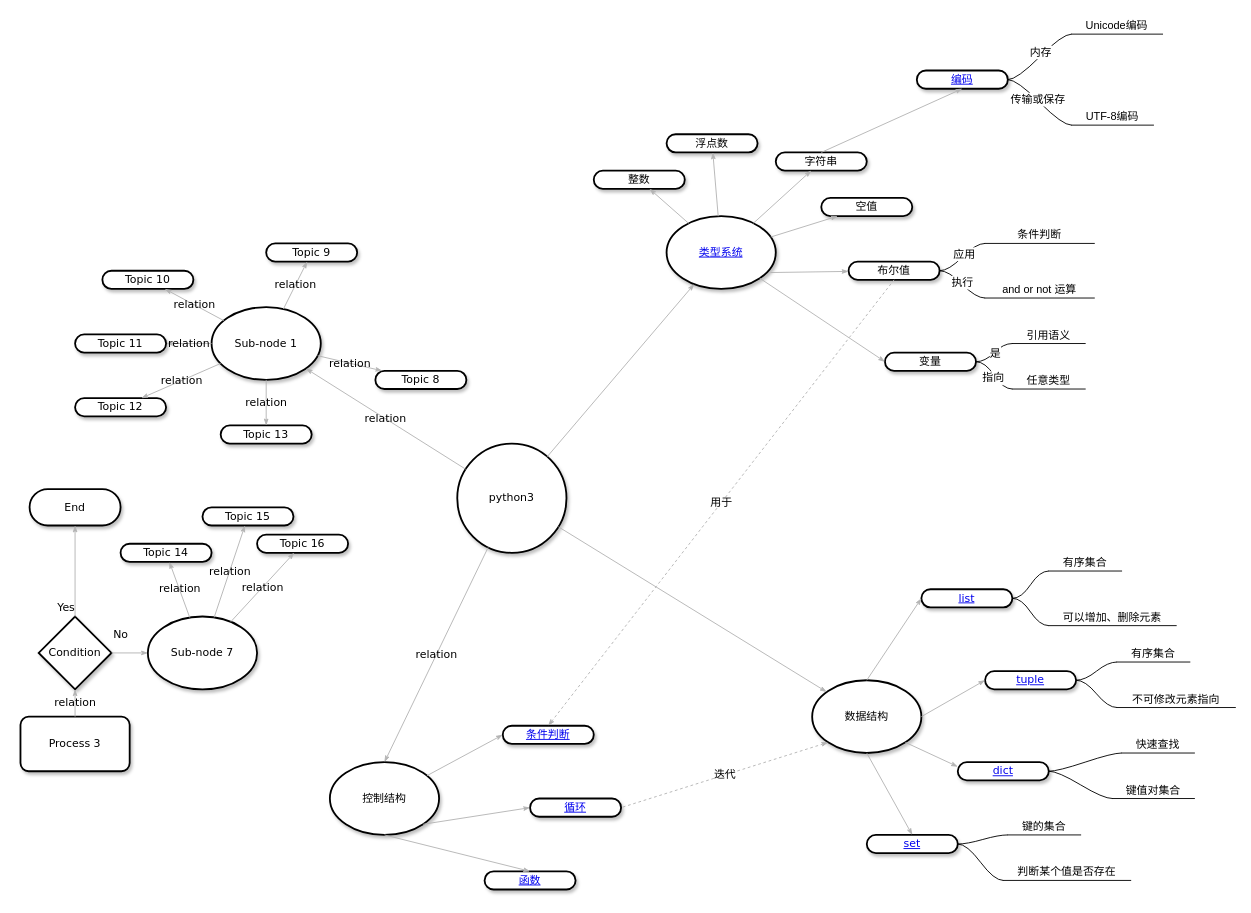
The draw.io diagram Untitled Diagram.drawio in tesla1995/draw, before the edit. Source tidied: cells renumbered, new cells numbered last; positions are measured from the earlier drawing's top-left corner, leaving out a move shared by most shapes. Both pictures are drawn from the tidied source at 91%, with x=0, y=0 at pixel (20, 15).
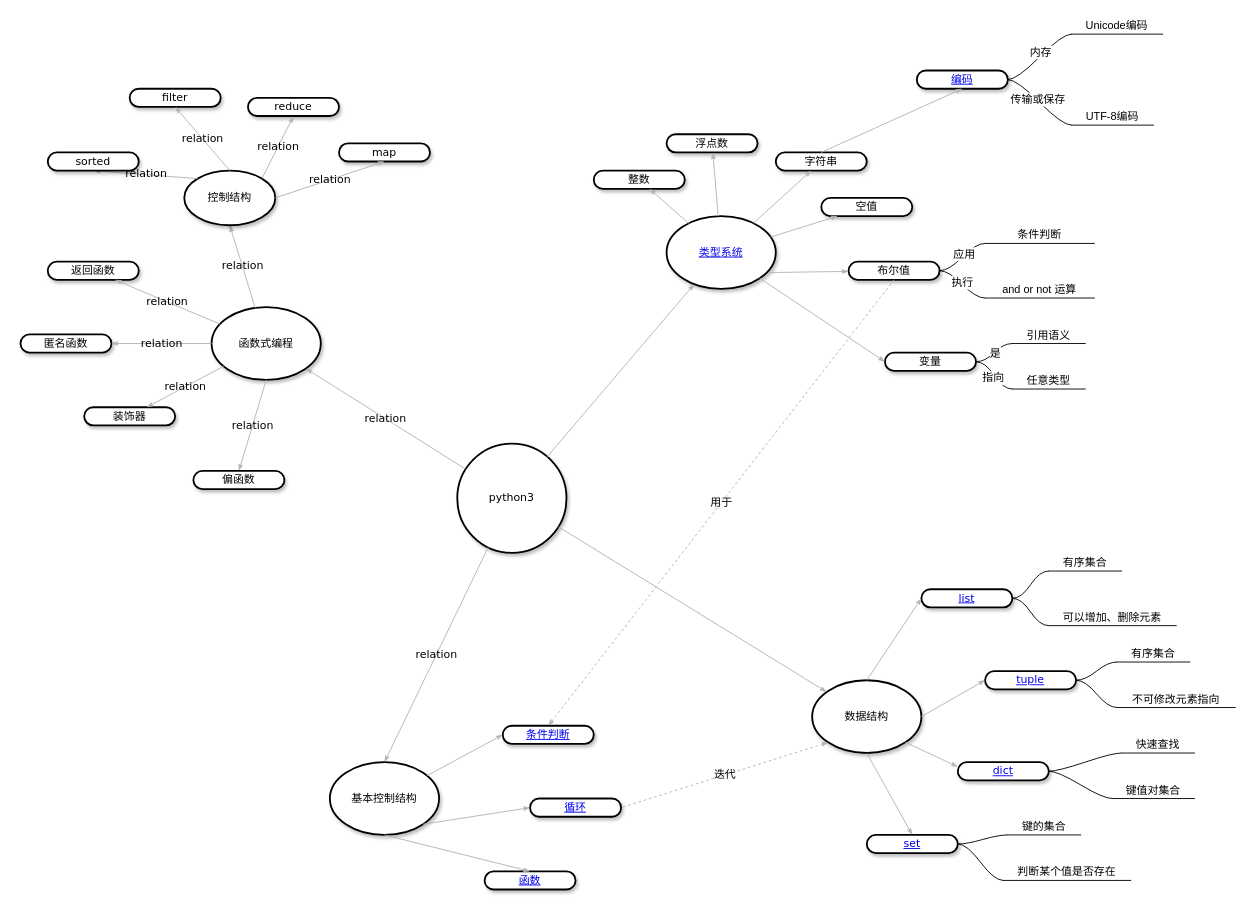
The same diagram, later.

Commit message:
update python.drawio by adding functional programming

Diff of the diagram source:
```diff
@@
-    <mxCell id="2" value="&lt;span&gt;Topic 10&lt;/span&gt;" style="whiteSpace=wrap;html=1;rounded=1;shadow=1;comic=0;labelBackgroundColor=none;strokeWidth=2;fontFamily=Verdana;fontSize=12;align=center;arcSize=50;" parent="1" vertex="1">
-      <mxGeometry x="90" y="280" width="100" height="20" as="geometry" />
-    </mxCell>
-    <mxCell id="3" value="Sub-node 1" style="ellipse;whiteSpace=wrap;html=1;rounded=1;shadow=1;comic=0;labelBackgroundColor=none;strokeWidth=2;fontFamily=Verdana;fontSize=12;align=center;" parent="1" vertex="1">
+    <mxCell id="3" value="函数式编程" style="ellipse;whiteSpace=wrap;html=1;rounded=1;shadow=1;comic=0;labelBackgroundColor=none;strokeWidth=2;fontFamily=Verdana;fontSize=12;align=center;" parent="1" vertex="1">
       <mxGeometry x="210" y="320" width="120" height="80" as="geometry" />
     </mxCell>
@@
-    <mxCell id="7" value="&lt;span&gt;控制结构&lt;/span&gt;" style="ellipse;whiteSpace=wrap;html=1;rounded=1;shadow=1;comic=0;labelBackgroundColor=none;strokeWidth=2;fontFamily=Verdana;fontSize=12;align=center;" parent="1" vertex="1">
+    <mxCell id="7" value="&lt;span&gt;基本控制结构&lt;/span&gt;" style="ellipse;whiteSpace=wrap;html=1;rounded=1;shadow=1;comic=0;labelBackgroundColor=none;strokeWidth=2;fontFamily=Verdana;fontSize=12;align=center;" parent="1" vertex="1">
       <mxGeometry x="340" y="820" width="120" height="80" as="geometry" />
     </mxCell>
-    <mxCell id="8" value="&lt;span&gt;Topic 11&lt;/span&gt;" style="whiteSpace=wrap;html=1;rounded=1;shadow=1;comic=0;labelBackgroundColor=none;strokeWidth=2;fontFamily=Verdana;fontSize=12;align=center;arcSize=50;" parent="1" vertex="1">
-      <mxGeometry x="60" y="350" width="100" height="20" as="geometry" />
+    <mxCell id="8" value="返回函数" style="whiteSpace=wrap;html=1;rounded=1;shadow=1;comic=0;labelBackgroundColor=none;strokeWidth=2;fontFamily=Verdana;fontSize=12;align=center;arcSize=50;" parent="1" vertex="1">
+      <mxGeometry x="30" y="270" width="100" height="20" as="geometry" />
     </mxCell>
-    <mxCell id="9" value="&lt;span&gt;Topic 12&lt;/span&gt;" style="whiteSpace=wrap;html=1;rounded=1;shadow=1;comic=0;labelBackgroundColor=none;strokeWidth=2;fontFamily=Verdana;fontSize=12;align=center;arcSize=50;" parent="1" vertex="1">
-      <mxGeometry x="60" y="420" width="100" height="20" as="geometry" />
+    <mxCell id="9" value="匿名函数" style="whiteSpace=wrap;html=1;rounded=1;shadow=1;comic=0;labelBackgroundColor=none;strokeWidth=2;fontFamily=Verdana;fontSize=12;align=center;arcSize=50;" parent="1" vertex="1">
+      <mxGeometry y="350" width="100" height="20" as="geometry" />
     </mxCell>
-    <mxCell id="10" value="&lt;span&gt;Topic 9&lt;/span&gt;" style="whiteSpace=wrap;html=1;rounded=1;shadow=1;comic=0;labelBackgroundColor=none;strokeWidth=2;fontFamily=Verdana;fontSize=12;align=center;arcSize=50;" parent="1" vertex="1">
-      <mxGeometry x="270" y="250" width="100" height="20" as="geometry" />
-    </mxCell>
@@
-    <mxCell id="17" value="End" style="whiteSpace=wrap;html=1;rounded=1;shadow=1;comic=0;labelBackgroundColor=none;strokeWidth=2;fontFamily=Verdana;fontSize=12;align=center;arcSize=50;" parent="1" vertex="1">
-      <mxGeometry x="10" y="520" width="100" height="40" as="geometry" />
-    </mxCell>
-    <mxCell id="18" value="Condition" style="rhombus;whiteSpace=wrap;html=1;rounded=0;shadow=1;comic=0;labelBackgroundColor=none;strokeWidth=2;fontFamily=Verdana;fontSize=12;align=center;" parent="1" vertex="1">
-      <mxGeometry x="20" y="660" width="80" height="80" as="geometry" />
-    </mxCell>
-    <mxCell id="19" value="&lt;span&gt;Process 3&lt;/span&gt;" style="rounded=1;whiteSpace=wrap;html=1;shadow=1;comic=0;labelBackgroundColor=none;strokeWidth=2;fontFamily=Verdana;fontSize=12;align=center;" parent="1" vertex="1">
-      <mxGeometry y="770" width="120" height="60" as="geometry" />
-    </mxCell>
-    <mxCell id="20" value="relation" style="edgeStyle=none;rounded=1;html=1;labelBackgroundColor=none;startArrow=none;startFill=0;startSize=5;endArrow=classicThin;endFill=1;endSize=5;jettySize=auto;strokeColor=#B3B3B3;strokeWidth=1;fontFamily=Verdana;fontSize=12;" parent="1" edge="1" source="3" target="10">
+    <mxCell id="20" value="relation" style="edgeStyle=none;rounded=1;html=1;labelBackgroundColor=none;startArrow=none;startFill=0;startSize=5;endArrow=classicThin;endFill=1;endSize=5;jettySize=auto;strokeColor=#B3B3B3;strokeWidth=1;fontFamily=Verdana;fontSize=12;entryX=0.5;entryY=1;entryDx=0;entryDy=0;" parent="1" edge="1" source="3" target="100">
       <mxGeometry relative="1" as="geometry" />
     </mxCell>
-    <mxCell id="21" value="relation" style="edgeStyle=none;rounded=1;html=1;labelBackgroundColor=none;startArrow=none;startFill=0;startSize=5;endArrow=classicThin;endFill=1;endSize=5;jettySize=auto;strokeColor=#B3B3B3;strokeWidth=1;fontFamily=Verdana;fontSize=12;" parent="1" edge="1" source="3" target="2">
-      <mxGeometry relative="1" as="geometry" />
-    </mxCell>
@@
-    <mxCell id="32" value="relation" style="edgeStyle=none;rounded=1;html=1;labelBackgroundColor=none;startArrow=none;startFill=0;startSize=5;endArrow=classicThin;endFill=1;endSize=5;jettySize=auto;strokeColor=#B3B3B3;strokeWidth=1;fontFamily=Verdana;fontSize=12;" parent="1" edge="1" source="19" target="18">
-      <mxGeometry relative="1" as="geometry" />
-    </mxCell>
-    <mxCell id="33" value="Yes" style="edgeStyle=none;rounded=1;html=1;labelBackgroundColor=none;startArrow=none;startFill=0;startSize=5;endArrow=classicThin;endFill=1;endSize=5;jettySize=auto;strokeColor=#B3B3B3;strokeWidth=1;fontFamily=Verdana;fontSize=12;" parent="1" edge="1" source="18" target="17">
-      <mxGeometry x="-0.79" y="10" relative="1" as="geometry" />
-    </mxCell>
-    <mxCell id="34" value="&lt;span&gt;Topic 8&lt;/span&gt;" style="whiteSpace=wrap;html=1;rounded=1;shadow=1;comic=0;labelBackgroundColor=none;strokeWidth=2;fontFamily=Verdana;fontSize=12;align=center;arcSize=50;" parent="1" vertex="1">
-      <mxGeometry x="390" y="390" width="100" height="20" as="geometry" />
-    </mxCell>
-    <mxCell id="35" value="&lt;span&gt;Topic 13&lt;/span&gt;" style="whiteSpace=wrap;html=1;rounded=1;shadow=1;comic=0;labelBackgroundColor=none;strokeWidth=2;fontFamily=Verdana;fontSize=12;align=center;arcSize=50;" parent="1" vertex="1">
-      <mxGeometry x="220" y="450" width="100" height="20" as="geometry" />
+    <mxCell id="35" value="装饰器" style="whiteSpace=wrap;html=1;rounded=1;shadow=1;comic=0;labelBackgroundColor=none;strokeWidth=2;fontFamily=Verdana;fontSize=12;align=center;arcSize=50;" parent="1" vertex="1">
+      <mxGeometry x="70" y="430" width="100" height="20" as="geometry" />
     </mxCell>
@@
-    <mxCell id="37" value="relation" style="edgeStyle=none;rounded=1;html=1;labelBackgroundColor=none;startArrow=none;startFill=0;startSize=5;endArrow=classicThin;endFill=1;endSize=5;jettySize=auto;strokeColor=#B3B3B3;strokeWidth=1;fontFamily=Verdana;fontSize=12;" parent="1" edge="1" source="3" target="34">
-      <mxGeometry relative="1" as="geometry" />
-    </mxCell>
@@
-    <mxCell id="39" value="&lt;span&gt;Sub-node 7&lt;/span&gt;" style="ellipse;whiteSpace=wrap;html=1;rounded=1;shadow=1;comic=0;labelBackgroundColor=none;strokeWidth=2;fontFamily=Verdana;fontSize=12;align=center;" parent="1" vertex="1">
-      <mxGeometry x="140" y="660" width="120" height="80" as="geometry" />
-    </mxCell>
-    <mxCell id="40" value="&lt;span&gt;Topic 16&lt;/span&gt;" style="whiteSpace=wrap;html=1;rounded=1;shadow=1;comic=0;labelBackgroundColor=none;strokeWidth=2;fontFamily=Verdana;fontSize=12;align=center;arcSize=50;" parent="1" vertex="1">
-      <mxGeometry x="260" y="570" width="100" height="20" as="geometry" />
-    </mxCell>
-    <mxCell id="41" value="&lt;span&gt;Topic 15&lt;/span&gt;" style="whiteSpace=wrap;html=1;rounded=1;shadow=1;comic=0;labelBackgroundColor=none;strokeWidth=2;fontFamily=Verdana;fontSize=12;align=center;arcSize=50;" parent="1" vertex="1">
-      <mxGeometry x="200" y="540" width="100" height="20" as="geometry" />
-    </mxCell>
-    <mxCell id="42" value="&lt;span&gt;Topic 14&lt;/span&gt;" style="whiteSpace=wrap;html=1;rounded=1;shadow=1;comic=0;labelBackgroundColor=none;strokeWidth=2;fontFamily=Verdana;fontSize=12;align=center;arcSize=50;" parent="1" vertex="1">
-      <mxGeometry x="110" y="580" width="100" height="20" as="geometry" />
-    </mxCell>
-    <mxCell id="43" value="relation" style="edgeStyle=none;rounded=1;html=1;labelBackgroundColor=none;startArrow=none;startFill=0;startSize=5;endArrow=classicThin;endFill=1;endSize=5;jettySize=auto;strokeColor=#B3B3B3;strokeWidth=1;fontFamily=Verdana;fontSize=12;" parent="1" edge="1" source="39" target="42">
-      <mxGeometry relative="1" as="geometry" />
-    </mxCell>
-    <mxCell id="44" value="relation" style="edgeStyle=none;rounded=1;html=1;labelBackgroundColor=none;startArrow=none;startFill=0;startSize=5;endArrow=classicThin;endFill=1;endSize=5;jettySize=auto;strokeColor=#B3B3B3;strokeWidth=1;fontFamily=Verdana;fontSize=12;" parent="1" edge="1" source="39" target="41">
-      <mxGeometry relative="1" as="geometry" />
-    </mxCell>
-    <mxCell id="45" value="relation" style="edgeStyle=none;rounded=1;html=1;labelBackgroundColor=none;startArrow=none;startFill=0;startSize=5;endArrow=classicThin;endFill=1;endSize=5;jettySize=auto;strokeColor=#B3B3B3;strokeWidth=1;fontFamily=Verdana;fontSize=12;" parent="1" edge="1" source="39" target="40">
-      <mxGeometry relative="1" as="geometry" />
-    </mxCell>
-    <mxCell id="46" value="No" style="edgeStyle=none;rounded=1;html=1;labelBackgroundColor=none;startArrow=none;startFill=0;startSize=5;endArrow=classicThin;endFill=1;endSize=5;jettySize=auto;strokeColor=#B3B3B3;strokeWidth=1;fontFamily=Verdana;fontSize=12;" parent="1" edge="1" source="18" target="39">
-      <mxGeometry x="-0.5" y="20" relative="1" as="geometry" />
-    </mxCell>
@@
+    <mxCell id="100" value="控制结构" style="ellipse;whiteSpace=wrap;html=1;rounded=1;shadow=1;comic=0;labelBackgroundColor=none;strokeWidth=2;fontFamily=Verdana;fontSize=12;align=center;" parent="1" vertex="1">
+      <mxGeometry x="180" y="170" width="100" height="60" as="geometry" />
+    </mxCell>
+    <mxCell id="101" value="map" style="whiteSpace=wrap;html=1;rounded=1;shadow=1;comic=0;labelBackgroundColor=none;strokeWidth=2;fontFamily=Verdana;fontSize=12;align=center;arcSize=50;" parent="1" vertex="1">
+      <mxGeometry x="350" y="140" width="100" height="20" as="geometry" />
+    </mxCell>
+    <mxCell id="102" value="relation" style="edgeStyle=none;rounded=1;html=1;labelBackgroundColor=none;startArrow=none;startFill=0;startSize=5;endArrow=classicThin;endFill=1;endSize=5;jettySize=auto;strokeColor=#B3B3B3;strokeWidth=1;fontFamily=Verdana;fontSize=12;entryX=0.5;entryY=1;entryDx=0;entryDy=0;exitX=1;exitY=0.5;exitDx=0;exitDy=0;" parent="1" edge="1" source="100" target="101">
+      <mxGeometry relative="1" as="geometry" />
+    </mxCell>
+    <mxCell id="103" value="reduce" style="whiteSpace=wrap;html=1;rounded=1;shadow=1;comic=0;labelBackgroundColor=none;strokeWidth=2;fontFamily=Verdana;fontSize=12;align=center;arcSize=50;" parent="1" vertex="1">
+      <mxGeometry x="250" y="90" width="100" height="20" as="geometry" />
+    </mxCell>
+    <mxCell id="104" value="relation" style="edgeStyle=none;rounded=1;html=1;labelBackgroundColor=none;startArrow=none;startFill=0;startSize=5;endArrow=classicThin;endFill=1;endSize=5;jettySize=auto;strokeColor=#B3B3B3;strokeWidth=1;fontFamily=Verdana;fontSize=12;entryX=0.5;entryY=1;entryDx=0;entryDy=0;exitX=1;exitY=0;exitDx=0;exitDy=0;" parent="1" edge="1" source="100" target="103">
+      <mxGeometry relative="1" as="geometry" />
+    </mxCell>
+    <mxCell id="105" value="filter" style="whiteSpace=wrap;html=1;rounded=1;shadow=1;comic=0;labelBackgroundColor=none;strokeWidth=2;fontFamily=Verdana;fontSize=12;align=center;arcSize=50;" parent="1" vertex="1">
+      <mxGeometry x="120" y="80" width="100" height="20" as="geometry" />
+    </mxCell>
+    <mxCell id="106" value="relation" style="edgeStyle=none;rounded=1;html=1;labelBackgroundColor=none;startArrow=none;startFill=0;startSize=5;endArrow=classicThin;endFill=1;endSize=5;jettySize=auto;strokeColor=#B3B3B3;strokeWidth=1;fontFamily=Verdana;fontSize=12;entryX=0.5;entryY=1;entryDx=0;entryDy=0;exitX=0.5;exitY=0;exitDx=0;exitDy=0;" parent="1" edge="1" source="100" target="105">
+      <mxGeometry relative="1" as="geometry" />
+    </mxCell>
+    <mxCell id="107" value="relation" style="edgeStyle=none;rounded=1;html=1;labelBackgroundColor=none;startArrow=none;startFill=0;startSize=5;endArrow=classicThin;endFill=1;endSize=5;jettySize=auto;strokeColor=#B3B3B3;strokeWidth=1;fontFamily=Verdana;fontSize=12;exitX=0;exitY=0;exitDx=0;exitDy=0;entryX=0.5;entryY=1;entryDx=0;entryDy=0;" parent="1" edge="1" source="100" target="108">
+      <mxGeometry relative="1" as="geometry" />
+    </mxCell>
+    <mxCell id="108" value="sorted" style="whiteSpace=wrap;html=1;rounded=1;shadow=1;comic=0;labelBackgroundColor=none;strokeWidth=2;fontFamily=Verdana;fontSize=12;align=center;arcSize=50;" parent="1" vertex="1">
+      <mxGeometry x="30" y="150" width="100" height="20" as="geometry" />
+    </mxCell>
+    <mxCell id="109" value="偏函数" style="whiteSpace=wrap;html=1;rounded=1;shadow=1;comic=0;labelBackgroundColor=none;strokeWidth=2;fontFamily=Verdana;fontSize=12;align=center;arcSize=50;" parent="1" vertex="1">
+      <mxGeometry x="190" y="500" width="100" height="20" as="geometry" />
+    </mxCell>
+    <mxCell id="110" value="relation" style="edgeStyle=none;rounded=1;html=1;labelBackgroundColor=none;startArrow=none;startFill=0;startSize=5;endArrow=classicThin;endFill=1;endSize=5;jettySize=auto;strokeColor=#B3B3B3;strokeWidth=1;fontFamily=Verdana;fontSize=12;entryX=0.5;entryY=0;entryDx=0;entryDy=0;exitX=0.5;exitY=1;exitDx=0;exitDy=0;" parent="1" edge="1" source="3" target="109">
+      <mxGeometry relative="1" as="geometry" />
+    </mxCell>
```
